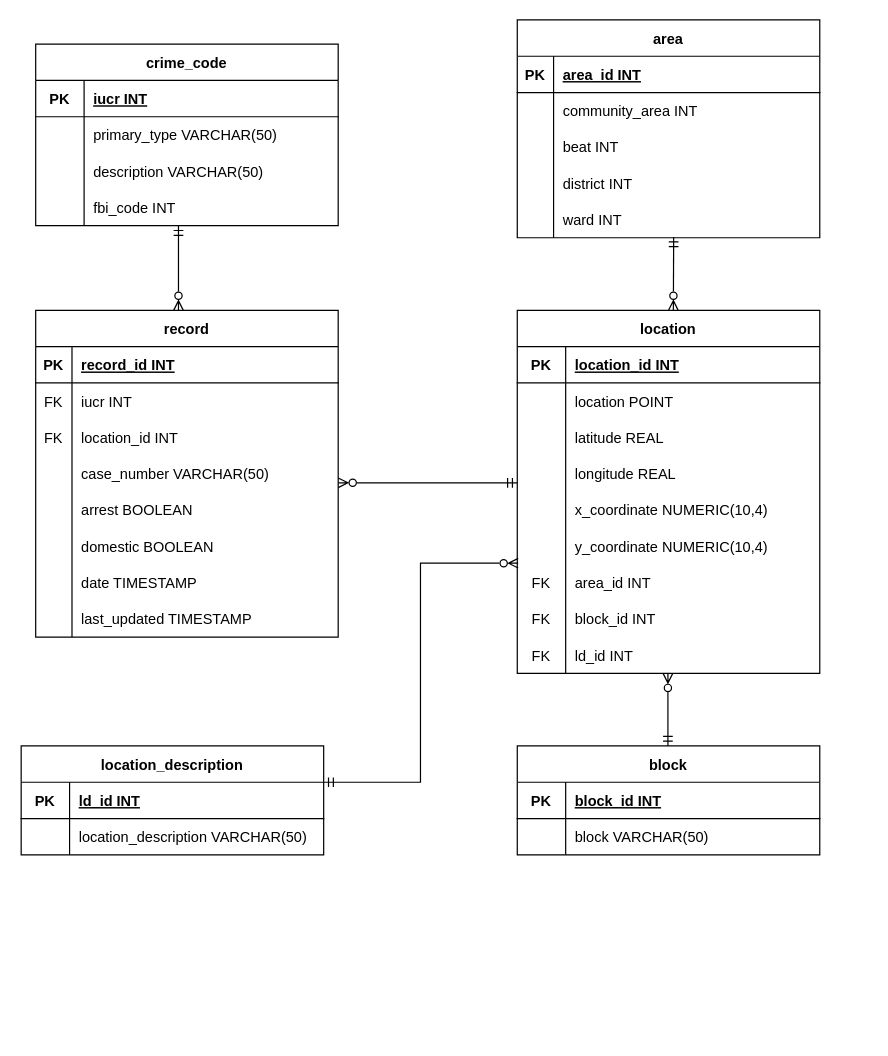
The draw.io diagram mod7.drawio in karenlrl/Data-Story, before the edit. Source tidied: cells renumbered, new cells numbered last; positions are measured from the earlier drawing's top-left corner, leaving out a move shared by most shapes. Both pictures are drawn from the tidied source at 121%, with x=0, y=0 at pixel (21, 19).
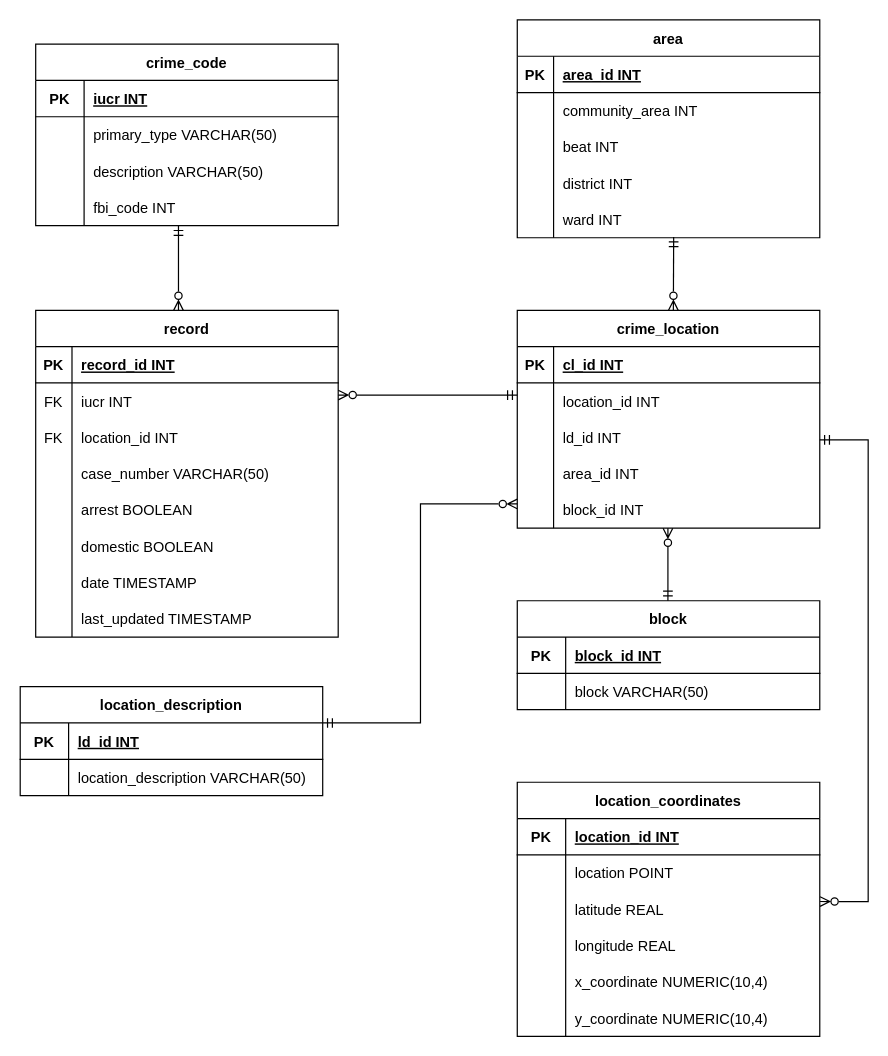
After the change.

Unchanged cells that the change refers to:
```xml
<mxCell id="6" style="shape=partialRectangle;fillColor=none;points=[[0,0.5],[1,0.5]];portConstraint=eastwest;top=0;left=0;right=0;bottom=0;" parent="2" vertex="1">
  <mxGeometry y="60" width="250" height="30" as="geometry" />
</mxCell>
```

What changed in the source:
```diff
@@
-    <mxCell id="2" value="location" style="shape=table;startSize=30;childLayout=tableLayout;rowLines=0;fontStyle=1;align=center;" parent="1" vertex="1">
-      <mxGeometry x="410" y="240" width="250" height="300" as="geometry" />
+    <mxCell id="2" value="location_coordinates" style="shape=table;startSize=30;childLayout=tableLayout;rowLines=0;fontStyle=1;align=center;" parent="1" vertex="1">
+      <mxGeometry x="410" y="630" width="250" height="210" as="geometry" />
     </mxCell>
@@
-    <mxCell id="21" style="shape=partialRectangle;fillColor=none;points=[[0,0.5],[1,0.5]];portConstraint=eastwest;top=0;left=0;right=0;bottom=0;" parent="2" vertex="1">
-      <mxGeometry y="210" width="250" height="30" as="geometry" />
-    </mxCell>
-    <mxCell id="22" value="FK" style="shape=partialRectangle;overflow=hidden;fillColor=none;top=0;left=0;bottom=0;right=0;" parent="21" vertex="1">
-      <mxGeometry width="40" height="30" as="geometry" />
-    </mxCell>
-    <mxCell id="23" value="area_id INT" style="shape=partialRectangle;overflow=hidden;fillColor=none;top=0;left=0;bottom=0;right=0;align=left;spacingLeft=6;" parent="21" vertex="1">
-      <mxGeometry x="40" width="210" height="30" as="geometry" />
-    </mxCell>
-    <mxCell id="24" style="shape=partialRectangle;fillColor=none;top=0;left=0;right=0;bottom=0;" parent="2" vertex="1">
-      <mxGeometry y="240" width="250" height="30" as="geometry" />
-    </mxCell>
-    <mxCell id="25" value="FK" style="shape=partialRectangle;overflow=hidden;fillColor=none;top=0;left=0;bottom=0;right=0;" parent="24" vertex="1">
-      <mxGeometry width="40" height="30" as="geometry" />
-    </mxCell>
-    <mxCell id="26" value="block_id INT" style="shape=partialRectangle;overflow=hidden;fillColor=none;top=0;left=0;bottom=0;right=0;align=left;spacingLeft=6;" parent="24" vertex="1">
-      <mxGeometry x="40" width="210" height="30" as="geometry" />
-    </mxCell>
-    <mxCell id="27" style="shape=partialRectangle;fillColor=none;top=0;left=0;right=0;bottom=0;" parent="2" vertex="1">
-      <mxGeometry y="270" width="250" height="30" as="geometry" />
-    </mxCell>
-    <mxCell id="28" value="FK" style="shape=partialRectangle;overflow=hidden;fillColor=none;top=0;left=0;bottom=0;right=0;" parent="27" vertex="1">
-      <mxGeometry width="40" height="30" as="geometry" />
-    </mxCell>
-    <mxCell id="29" value="ld_id INT" style="shape=partialRectangle;overflow=hidden;fillColor=none;top=0;left=0;bottom=0;right=0;align=left;spacingLeft=6;" parent="27" vertex="1">
-      <mxGeometry x="40" width="210" height="30" as="geometry" />
-    </mxCell>
@@
     <mxCell id="68" value="block" style="shape=table;startSize=30;childLayout=tableLayout;rowLines=0;fontStyle=1;align=center;" parent="1" vertex="1">
-      <mxGeometry x="410" y="600" width="250" height="90" as="geometry" />
+      <mxGeometry x="410" y="480" width="250" height="90" as="geometry" />
     </mxCell>
@@
     <mxCell id="92" style="endArrow=ERzeroToMany;html=1;rounded=0;startArrow=ERmandOne;startFill=0;endFill=0;" parent="1" edge="1">
       <mxGeometry relative="1" as="geometry">
-        <mxPoint x="534.5" y="600" as="sourcePoint" />
-        <mxPoint x="534.5" y="540" as="targetPoint" />
+        <mxPoint x="534.5" y="480" as="sourcePoint" />
+        <mxPoint x="534.5" y="420" as="targetPoint" />
       </mxGeometry>
     </mxCell>
@@
     <mxCell id="94" style="endArrow=ERzeroToMany;html=1;rounded=0;startArrow=ERmandOne;startFill=0;endFill=0;exitX=1;exitY=0.5;exitDx=0;exitDy=0;entryX=1;entryY=0.5;entryDx=0;entryDy=0;" parent="1" edge="1">
       <mxGeometry relative="1" as="geometry">
-        <mxPoint x="410" y="382.5" as="sourcePoint" />
-        <mxPoint x="262" y="382.5" as="targetPoint" />
+        <mxPoint x="410" y="310" as="sourcePoint" />
+        <mxPoint x="262" y="310" as="targetPoint" />
       </mxGeometry>
     </mxCell>
     <mxCell id="95" value="location_description" style="shape=table;startSize=30;childLayout=tableLayout;rowLines=0;fontStyle=1;align=center;" parent="1" vertex="1">
-      <mxGeometry y="600" width="250" height="90" as="geometry" />
+      <mxGeometry x="-0.8" y="551" width="250" height="90" as="geometry" />
     </mxCell>
@@
-    <mxCell id="102" style="endArrow=ERzeroToMany;html=1;rounded=0;entryX=0.003;entryY=-0.035;entryDx=0;entryDy=0;entryPerimeter=0;edgeStyle=elbowEdgeStyle;endFill=0;startArrow=ERmandOne;startFill=0;" parent="1" edge="1" target="21">
+    <mxCell id="102" style="endArrow=ERzeroToMany;html=1;rounded=0;entryX=0.003;entryY=-0.035;entryDx=0;entryDy=0;entryPerimeter=0;edgeStyle=elbowEdgeStyle;endFill=0;startArrow=ERmandOne;startFill=0;" parent="1" edge="1">
       <mxGeometry relative="1" as="geometry">
-        <mxPoint x="250" y="630" as="sourcePoint" />
+        <mxPoint x="249.2" y="581" as="sourcePoint" />
+        <mxPoint x="410" y="400" as="targetPoint" />
       </mxGeometry>
     </mxCell>
+    <mxCell id="103" value="crime_location" style="shape=table;startSize=30;childLayout=tableLayout;rowLines=0;fontStyle=1;align=center;" parent="1" vertex="1">
+      <mxGeometry x="410" y="240" width="250" height="180" as="geometry" />
+    </mxCell>
+    <mxCell id="104" style="shape=partialRectangle;fillColor=none;top=0;left=0;right=0;bottom=1;" parent="103" vertex="1">
+      <mxGeometry y="30" width="250" height="30" as="geometry" />
+    </mxCell>
+    <mxCell id="105" value="PK" style="shape=partialRectangle;overflow=hidden;fillColor=none;top=0;left=0;bottom=0;right=0;fontStyle=1;" parent="104" vertex="1">
+      <mxGeometry width="30" height="30" as="geometry" />
+    </mxCell>
+    <mxCell id="106" value="cl_id INT" style="shape=partialRectangle;overflow=hidden;fillColor=none;top=0;left=0;bottom=0;right=0;align=left;spacingLeft=6;fontStyle=5;" parent="104" vertex="1">
+      <mxGeometry x="30" width="220" height="30" as="geometry" />
+    </mxCell>
+    <mxCell id="107" style="shape=partialRectangle;fillColor=none;top=0;left=0;right=0;bottom=0;" parent="103" vertex="1">
+      <mxGeometry y="60" width="250" height="30" as="geometry" />
+    </mxCell>
+    <mxCell id="108" style="shape=partialRectangle;overflow=hidden;fillColor=none;top=0;left=0;bottom=0;right=0;" parent="107" vertex="1">
+      <mxGeometry width="30" height="30" as="geometry" />
+    </mxCell>
+    <mxCell id="109" value="location_id INT" style="shape=partialRectangle;overflow=hidden;fillColor=none;top=0;left=0;bottom=0;right=0;align=left;spacingLeft=6;" parent="107" vertex="1">
+      <mxGeometry x="30" width="220" height="30" as="geometry" />
+    </mxCell>
+    <mxCell id="110" style="shape=partialRectangle;fillColor=none;top=0;left=0;right=0;bottom=0;" parent="103" vertex="1">
+      <mxGeometry y="90" width="250" height="30" as="geometry" />
+    </mxCell>
+    <mxCell id="111" style="shape=partialRectangle;overflow=hidden;fillColor=none;top=0;left=0;bottom=0;right=0;" parent="110" vertex="1">
+      <mxGeometry width="30" height="30" as="geometry" />
+    </mxCell>
+    <mxCell id="29" value="ld_id INT" style="shape=partialRectangle;overflow=hidden;fillColor=none;top=0;left=0;bottom=0;right=0;align=left;spacingLeft=6;" parent="110" vertex="1">
+      <mxGeometry x="30" width="220" height="30" as="geometry" />
+    </mxCell>
+    <mxCell id="112" style="shape=partialRectangle;fillColor=none;top=0;left=0;right=0;bottom=0;" parent="103" vertex="1">
+      <mxGeometry y="120" width="250" height="30" as="geometry" />
+    </mxCell>
+    <mxCell id="113" style="shape=partialRectangle;overflow=hidden;fillColor=none;top=0;left=0;bottom=0;right=0;" parent="112" vertex="1">
+      <mxGeometry width="30" height="30" as="geometry" />
+    </mxCell>
+    <mxCell id="23" value="area_id INT" style="shape=partialRectangle;overflow=hidden;fillColor=none;top=0;left=0;bottom=0;right=0;align=left;spacingLeft=6;" parent="112" vertex="1">
+      <mxGeometry x="30" width="220" height="30" as="geometry" />
+    </mxCell>
+    <mxCell id="114" style="shape=partialRectangle;fillColor=none;top=0;left=0;right=0;bottom=0;" parent="103" vertex="1">
+      <mxGeometry y="150" width="250" height="30" as="geometry" />
+    </mxCell>
+    <mxCell id="115" style="shape=partialRectangle;overflow=hidden;fillColor=none;top=0;left=0;bottom=0;right=0;" parent="114" vertex="1">
+      <mxGeometry width="30" height="30" as="geometry" />
+    </mxCell>
+    <mxCell id="26" value="block_id INT" style="shape=partialRectangle;overflow=hidden;fillColor=none;top=0;left=0;bottom=0;right=0;align=left;spacingLeft=6;" parent="114" vertex="1">
+      <mxGeometry x="30" width="220" height="30" as="geometry" />
+    </mxCell>
+    <mxCell id="116" style="endArrow=ERmandOne;html=1;rounded=0;exitX=1.001;exitY=1.285;exitDx=0;exitDy=0;exitPerimeter=0;edgeStyle=orthogonalEdgeStyle;endFill=0;startArrow=ERzeroToMany;startFill=0;" parent="1" edge="1" source="6">
+      <mxGeometry relative="1" as="geometry">
+        <mxPoint x="660" y="347" as="targetPoint" />
+        <Array as="points">
+          <mxPoint x="700" y="729" />
+          <mxPoint x="700" y="347" />
+        </Array>
+      </mxGeometry>
+    </mxCell>
```
